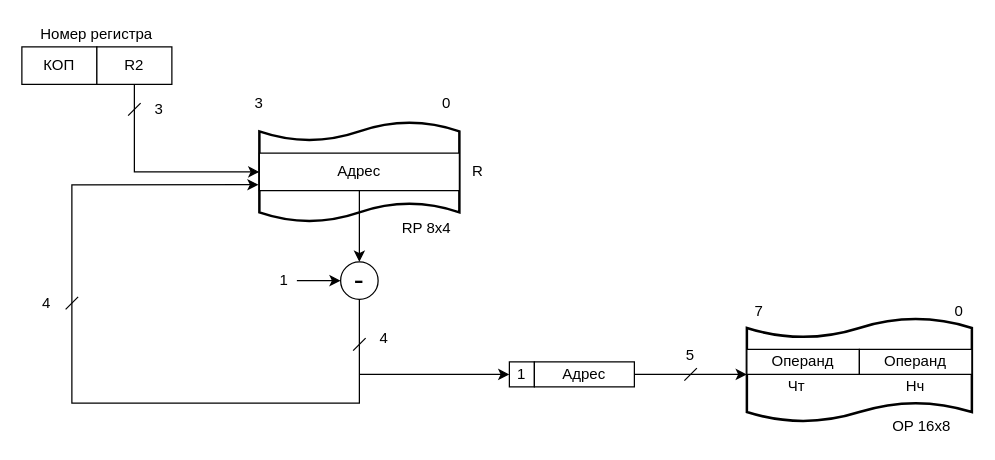
Altzgamer/schemotechnika25-26 keeps this draw.io diagram as kursach/buk/dekrement.drawio. Above is the earlier version. Source tidied: cells renumbered, new cells numbered last; positions are measured from the earlier drawing's top-left corner, leaving out a move shared by most shapes. Both pictures are drawn from the tidied source at 125%, with x=0, y=0 at pixel (21, 21).
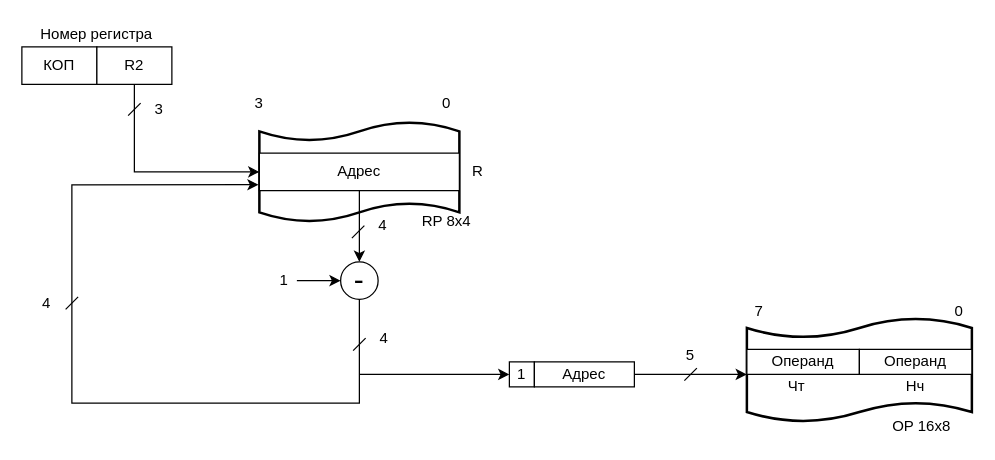
The same diagram, later.

Change to the diagram source:
```diff
@@
     <mxCell id="11" value="RP 8x4" style="text;html=1;strokeColor=none;fillColor=none;align=center;verticalAlign=middle;whiteSpace=wrap;rounded=0;" parent="1" vertex="1">
-      <mxGeometry x="294" y="155" width="60" height="20" as="geometry" />
+      <mxGeometry x="310" y="150" width="60" height="20" as="geometry" />
     </mxCell>
@@
+    <mxCell id="37" style="endArrow=none;html=1;strokeWidth=1;" parent="1" edge="1">
+      <mxGeometry relative="1" as="geometry">
+        <mxPoint x="264" y="173" as="sourcePoint" />
+        <mxPoint x="274" y="163" as="targetPoint" />
+      </mxGeometry>
+    </mxCell>
+    <mxCell id="38" value="4" style="text;html=1;strokeColor=none;fillColor=none;align=center;verticalAlign=middle;whiteSpace=wrap;rounded=0;" parent="1" vertex="1">
+      <mxGeometry x="279" y="153" width="20" height="20" as="geometry" />
+    </mxCell>
```
